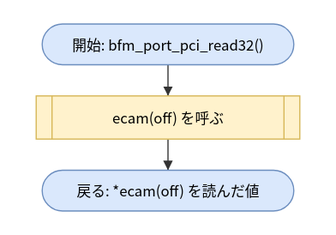
Above: doc/spec/images/flow_port_vxworks_port_vxworks-bfm_port_pci_read32.drawio.svg in hf355051012-ai/bfmem (draw.io), before the change. Source tidied: cells renumbered, new cells last; positions are measured from the earlier drawing's top-left corner, leaving out a move shared by most shapes.
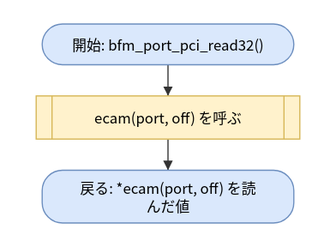
Later version of the same file.

Change to the diagram source:
```diff
@@ -5,11 +5,11 @@
     <mxCell id="2" value="開始: bfm_port_pci_read32()" style="rounded=1;arcSize=50;whiteSpace=wrap;html=1;fillColor=#dae8fc;strokeColor=#6c8ebf;" parent="1" vertex="1">
       <mxGeometry x="5" width="210" height="34" as="geometry" />
     </mxCell>
-    <mxCell id="3" value="ecam(off) を呼ぶ" style="shape=process;whiteSpace=wrap;html=1;backgroundOutline=1;size=0.06;fillColor=#fff2cc;strokeColor=#d6b656;" parent="1" vertex="1">
+    <mxCell id="3" value="ecam(port, off) を呼ぶ" style="shape=process;whiteSpace=wrap;html=1;backgroundOutline=1;size=0.06;fillColor=#fff2cc;strokeColor=#d6b656;" parent="1" vertex="1">
       <mxGeometry y="60" width="220" height="36" as="geometry" />
     </mxCell>
-    <mxCell id="4" value="戻る: *ecam(off) を読んだ値" style="rounded=1;arcSize=50;whiteSpace=wrap;html=1;fillColor=#dae8fc;strokeColor=#6c8ebf;" parent="1" vertex="1">
-      <mxGeometry x="5" y="122" width="210" height="34" as="geometry" />
+    <mxCell id="4" value="戻る: *ecam(port, off) を読&lt;br&gt;んだ値" style="rounded=1;arcSize=50;whiteSpace=wrap;html=1;fillColor=#dae8fc;strokeColor=#6c8ebf;" parent="1" vertex="1">
+      <mxGeometry x="5" y="122" width="210" height="44" as="geometry" />
     </mxCell>
     <mxCell id="5" style="edgeStyle=none;html=1;rounded=0;endArrow=block;endFill=1;exitX=0.5000;exitY=1.0000;exitDx=0;exitDy=0;exitPerimeter=0;entryX=0.5000;entryY=0.0000;entryDx=0;entryDy=0;entryPerimeter=0;" parent="1" edge="1" source="2" target="3">
       <mxGeometry relative="1" as="geometry" />
```
